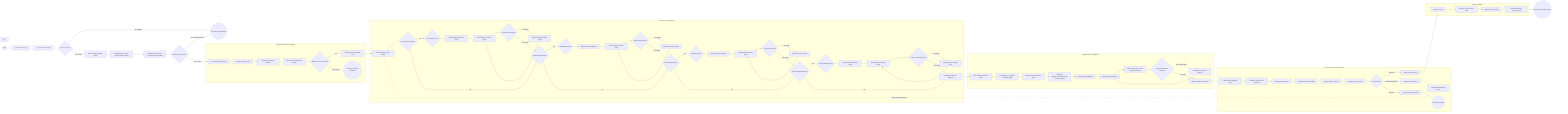
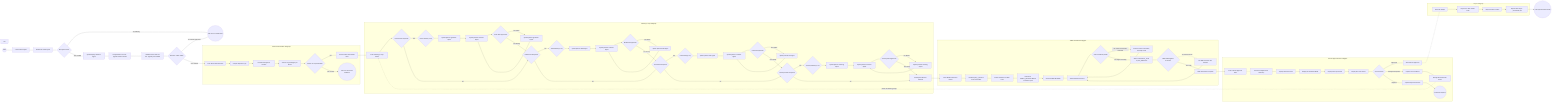
flowchart LR
    %% GOAL: Orchestrate planning agents to create executable plans without execution.
    %% PROFILE: Orchestration-Planning
    %% GUIDELINE: PLANNING ONLY policy - no execution, no exploration loops.
    %% GUIDELINE: User provides all necessary context in their prompt - no discovery phase.
    %% GUIDELINE: modules/AgenticGuidance/assets/definitions/plans.yml - Plan types and folder structure
    %% GUIDELINE: ORCHESTRATION-LOOP-OWNERSHIP
    %% - Orchestrators OWN loop strategy selection (which loop, when to use)
    %% - Planners REQUEST validation needs (e.g., "needs test-fix iteration")
    %% - Planners do NOT dictate specific loop structures in their plans
    %% - Loop definitions: modules/AgenticGuidance/assets/definitions/agent-loops.yml
    %% INPUT_PATH: modules/AgenticGuidance/agents/orchestration/orchestration-planning/inputs.yml
    %%
    %% ENTRYPOINT AWARENESS:
    %% This orchestrator is invoked via entrypoints that signal planning intent:
    %% - _plan_build.yml: Build/implementation planning (prioritize planner-build)
    %% - _plan_teach.yml: Teaching/guidance planning (prioritize planner-guidance)
    %% - _plan_test.yml: Test strategy planning (prioritize planner-test)
    %% The entrypoint intent influences phase determination and planner selection order.
    %%
    %% MMD GENERATION OWNERSHIP:
    %% This orchestrator is the ONLY agent that generates orchestration MMD files.
    %% Individual planners (planner-guidance, planner-build, etc.) create plan YAML only.
    %% HANDOVER MODEL: Planner (YAML) -> Orchestrator (generates MMD) -> Reviewer (validates package)
    %%
    %% OUTPUTS (FENCE: Output must match declared schema before marking complete):
    %% - Plan folder: docs/plans/live/{plan_id}/ with required structure
    %% - README.md: Plan overview and folder structure
    %% - plan_live_*.yml: Phase plan files (build, test, teach, cleanup as needed)
    %% - orchestration_<name>.mmd: Orchestration flowchart for executor (generated by THIS orchestrator)
    %% - Each plan file requires: name, status, phases fields
    %% - MMD schema reference: modules/AgenticGuidance/assets/definitions/plan-mmd-schema.yml
    %% - Plan schema reference: modules/AgenticGuidance/assets/examples/planner/YYMMDDRepo_Branch/plan_example.yml

    Start((Start)) --> LoadInputs[Load Context Inputs]

    %% ========================================
    %% INPUT VALIDATION PHASE
    %% ========================================
    %% Verify all required context is provided in the user prompt.
    %% Unlike orchestration-build, NO exploration phase - user supplies context.
    LoadInputs --> ReviewInputs[Review All Listed Inputs]
    ReviewInputs --> CheckInputs{All Inputs Found?}

    %% If inputs are missing, ask user for clarification (no self-healing search)
    CheckInputs -- "No: Missing" --> AskUser((Ask User for Clarification))

    %% Proceed when context is verified
    CheckInputs -- "Yes: Verified" --> SpawnDeployWorktree[Spawn deploy-worktree Agent]

    %% ========================================
    %% WORKTREE & PLAN FOLDER SETUP
    %% ========================================
    %% CLI OFFLOAD: Use agentic-cli commands for worktree and plan operations
    %% - agentic worktree create: Creates worktree with plan folder
    %% - agentic worktree status: Verifies worktree configuration
    %% - agentic plan validate: Validates plan folder structure
    %% deploy-worktree agent orchestrates CLI commands
    SpawnDeployWorktree --> VerifyWorktree[Verify Worktree via CLI: agentic worktree status]
    VerifyWorktree --> ValidatePlanFolder[Validate Plan Folder via CLI: agentic plan validate]
    ValidatePlanFolder --> WorktreeValid{Worktree & Plan Valid?}
    WorktreeValid -- "No: Failed verification" --> AskUser

    %% ========================================
    %% PHASE DETERMINATION
    %% ========================================
    %% Orchestration-planning agent analyzes objective and determines required phases.
    %% Possible phases: teach, build, test, cleanup
    %% Each phase will get its own plan_live_<phase>.yml file
    WorktreeValid -- "Yes: Verified" --> PhaseDetermination[Enter Phase Determination]

    subgraph PhaseDetermination_SG ["Phase Determination Subgraph"]
        %% Orchestration-planning determines phases based on objective type:
        %% - teach: guidance, process, or documentation improvements
        %% - build: code implementation or feature development
        %% - test: test strategy and validation tasks
        %% - cleanup: code cleanup, audit, or removal tasks
        %% Creates placeholder .yml files for each required phase
        PhaseDetermination --> AnalyzeObjective[Analyze Objective Type]
        AnalyzeObjective --> DeterminePhases[Determine Required Phases]
        DeterminePhases --> SelectLoopStrategies[Select Loop Strategies per Phase]
        SelectLoopStrategies --> PhasesDecided{Phases & Loops Decided?}

        %% List possible phases: teach, build, test, cleanup
        PhasesDecided -- "Yes" --> CreatePlaceholders[Create Phase Placeholder Files]
        PhasesDecided -- "No: Unclear" --> EscalatePhases((Ask User for Phase Guidance))
    end

    %% ========================================
    %% PLANNING LOOPS PHASE
    %% ========================================
    %% LOOP_DEFINITION: modules/AgenticGuidance/assets/definitions/agent-loops.yml#loop_types.planner-loop
    %% MAX_ITERATIONS: 5 (per planner-loop definition)
    %% ESCALATION: If max iterations reached without approval, stop and Ask User
    %%
    %% For each required phase, spawn specialized planner + reviewer loop:
    %% - planner-guidance: Teaching/guidance plans
    %% - planner-build: Build/implementation plans
    %% - planner-test: Test strategy plans
    %% - planner-cleaning: Cleanup/audit plans
    CreatePlaceholders --> PlanningLoops[Enter Planning Loops Phase]

    subgraph PlanningLoops_SG ["Planning Loops Subgraph"]
        %% ----------------------------------------
        %% TEACH PLANNING LOOP (if teach phase required)
        %% ----------------------------------------
        PlanningLoops --> CheckTeach{Teach Phase Required?}
        CheckTeach -- "Yes" --> TeachPlanLoop{Teach Planning Loop}

        TeachPlanLoop --> SpawnPlannerTeach[Spawn planner-guidance Agent]
        SpawnPlannerTeach --> SpawnTeachReviewer[Spawn planner-reviewer Agent]
        SpawnTeachReviewer --> TeachPlanApproved{Teach Plan Approved?}

        %% Iterative refinement for teach plan
        TeachPlanApproved -- "No: Refine" --> SpawnPlannerTeachFix[Spawn planner-guidance Agent]
        SpawnPlannerTeachFix --> SpawnTeachReviewer

        TeachPlanApproved -- "Yes: Ready" --> CheckBuild{Build Phase Required?}
        CheckTeach -- "No" --> CheckBuild

        %% ----------------------------------------
        %% BUILD PLANNING LOOP (if build phase required)
        %% ----------------------------------------
        CheckBuild -- "Yes" --> BuildPlanLoop{Build Planning Loop}

        BuildPlanLoop --> SpawnPlannerBuild[Spawn planner-build Agent]
        SpawnPlannerBuild --> SpawnBuildReviewer[Spawn planner-reviewer Agent]
        SpawnBuildReviewer --> BuildPlanApproved{Build Plan Approved?}

        %% Iterative refinement for build plan
        BuildPlanApproved -- "No: Refine" --> SpawnPlannerBuildFix[Spawn planner-build Agent]
        SpawnPlannerBuildFix --> SpawnBuildReviewer

        BuildPlanApproved -- "Yes: Ready" --> CheckTest{Test Phase Required?}
        CheckBuild -- "No" --> CheckTest

        %% ----------------------------------------
        %% TEST PLANNING LOOP (if test phase required)
        %% ----------------------------------------
        CheckTest -- "Yes" --> TestPlanLoop{Test Planning Loop}

        TestPlanLoop --> SpawnPlannerTest[Spawn planner-test Agent]
        SpawnPlannerTest --> SpawnTestReviewer[Spawn planner-reviewer Agent]
        SpawnTestReviewer --> TestPlanApproved{Test Plan Approved?}

        %% Iterative refinement for test plan
        TestPlanApproved -- "No: Refine" --> SpawnPlannerTestFix[Spawn planner-test Agent]
        SpawnPlannerTestFix --> SpawnTestReviewer

        TestPlanApproved -- "Yes: Ready" --> CheckCleanup{Cleanup Phase Required?}
        CheckTest -- "No" --> CheckCleanup

        %% ----------------------------------------
        %% CLEANUP PLANNING LOOP (if cleanup phase required)
        %% ----------------------------------------
        CheckCleanup -- "Yes" --> CleanupPlanLoop{Cleanup Planning Loop}

        CleanupPlanLoop --> SpawnPlannerCleanup[Spawn planner-cleaning Agent]
        SpawnPlannerCleanup --> SpawnCleanupReviewer[Spawn planner-reviewer Agent]
        SpawnCleanupReviewer --> CleanupPlanApproved{Cleanup Plan Approved?}

        %% Iterative refinement for cleanup plan
        CleanupPlanApproved -- "No: Refine" --> SpawnPlannerCleanupFix[Spawn planner-cleaning Agent]
        SpawnPlannerCleanupFix --> SpawnCleanupReviewer

        CleanupPlanApproved -- "Yes: Ready" --> AllPhasesPlanned[All Required Phases Planned]
        CheckCleanup -- "No" --> AllPhasesPlanned
    end

    %% ========================================
    %% MMD GENERATION PHASE
    %% ========================================
    %% After all phase plans are complete, generate orchestration MMD for executor.
    %% The MMD defines agent routing, feedback triggers, and execution flow.
    %%
    %% SCHEMA REFERENCE: modules/AgenticGuidance/assets/definitions/plan-mmd-schema.yml
    %% COMPONENT EXAMPLES: modules/AgenticGuidance/assets/examples/orchestration/phase_templates/
    %% OUTPUT LOCATION: <plan_folder>/live/orchestration_<name>.mmd
    %%
    AllPhasesPlanned --> GenerateMMD[Enter MMD Generation Phase]

    subgraph MMDGeneration_SG ["MMD Generation Subgraph"]
        %% FENCE: MMD-NODE-GRANULARITY
        %% Generated MMD nodes MUST be high-level (phases, loops, agent spawns).
        %% Task-level nodes (e.g., build_001, test_002) are FORBIDDEN in orchestration MMDs.
        %% If task-level nodes detected in generated MMD, STOP and regenerate.
        %% Correct: "SpawnPlannerBuild", "TestFixLoop", "BuildPhase"
        %% Incorrect: "build_001", "Implement authentication feature", specific file operations

        %% Step 1: Read all plan_*.yml files from plan folder
        GenerateMMD --> ReadPlanFiles[Read All plan_*.yml Files from Plan Folder]
        ReadPlanFiles --> ExtractPhases[Extract Phases from Plan Files]

        %% Step 2: Determine agent routing based on phase types
        %% AGENT_ROUTING mapping:
        %% - teach phases -> teacher agents (teacher-update-guidance)
        %% - build phases -> builder agents (build-python, build-flutter)
        %% - test phases -> tester agents (test-runner)
        %% - cleanup phases -> builder agents (cleanup tasks use builders)
        ExtractPhases --> DetermineRouting[Determine AGENT_ROUTING Based on Phase Types]

        %% Step 3: Generate MMD metadata block
        DetermineRouting --> GenerateMetadata[Generate MMD Metadata]
        %% Required MMD Metadata (per plan-mmd-schema.yml):
        %% - PHASES: List of all phases extracted from plan files
        %% - AGENT_ROUTING: Phase -> agent type mapping (teach->teacher, build->builder, test->tester, cleanup->builder)
        %% - FEEDBACK_TRIGGERS: Failure handling paths (TEST_FAILURE, BUILD_FAILURE, etc.)
        %% - STATUS: Initial pending state for all phases (Phase=pending format)

        %% Step 4: Build flowchart structure
        GenerateMetadata --> BuildFlowchart[Build Flowchart Structure]
        %% Flowchart structure requirements:
        %% - Start node and input validation phase
        %% - Phase execution nodes for each plan phase
        %% - Test/fix loops per agent-loops.yml definitions
        %% - Feedback paths for re-planning (dashed lines)
        %% - Success/escalation endpoints
        %% - Proper subgraph encapsulation per schema

-         %% Step 5: Write MMD to output location
-         BuildFlowchart --> WriteMMD[Write orchestration_<name>.mmd to plan_folder/live/]
+         %% Step 5: Validate Node Granularity (MANDATORY)
+         %% FENCE: ValidateNodeGranularity MUST check that NO task-level nodes exist.
+         %% Pattern check: Nodes matching "deploy_\d+", "build_\d+", "test_\d+" are FORBIDDEN.
+         %% Pattern check: Nodes with "[Execute: ...]" labels are FORBIDDEN.
+         %% Correct pattern: "[Spawn X Agent]", "[Enter X Phase]", "{X Loop}"
+         BuildFlowchart --> ValidateNodeGranularity{Node Granularity Valid?}
+         ValidateNodeGranularity -- "No: Task-Level Nodes Detected" --> FixNodes[Remove Task-Level Nodes, Use High-Level]
+         FixNodes --> BuildFlowchart
+         ValidateNodeGranularity -- "Yes: High-Level Only" --> WriteMMD
+ 
+         %% Step 6: Write MMD to output location
+         WriteMMD[Write orchestration_<name>.mmd to plan_folder/live/]
        %% Output: <plan_folder>/live/orchestration_<name>.mmd
        %% where <name> is derived from plan folder name

-         %% Step 6: Validate MMD against schema before proceeding
+         %% Step 7: Validate MMD against schema before proceeding
        WriteMMD --> ValidateMMD{MMD Valid Against Schema?}
        ValidateMMD -- "No: Schema Error" --> FixMMD[Fix MMD Structure Per Schema]
        FixMMD --> BuildFlowchart
        ValidateMMD -- "Yes: Valid" --> MMDReady[MMD Generation Complete]
    end

    MMDReady --> HumanApproval[Enter Human Approval Gate]

    %% ========================================
    %% HUMAN APPROVAL GATE
    %% ========================================
    %% Present complete plan AND orchestration MMD to user for final approval.
    %% User can: approve, request changes, or reject.
    %% This is the critical gate before plan is marked ready for execution.

    subgraph HumanApproval_SG ["Human Approval Gate Subgraph"]
        HumanApproval --> PresentPlan[Present Complete Plan Summary]
        PresentPlan --> ShowPhases[Display All Phase Plans]
        ShowPhases --> ShowMMD[Display Orchestration MMD]
        ShowMMD --> ShowTasks[Display Tasks per Phase]
        ShowTasks --> ShowCriteria[Display Success Criteria]
        ShowCriteria --> UserDecision{User Decision?}

        %% User approves - proceed to output
        UserDecision -- "Approved" --> MarkApproved[Mark Plan as Approved]

        %% User requests changes - return to planning loops with feedback
        UserDecision -- "Changes Requested" --> CaptureChanges[Capture User Feedback]
        CaptureChanges --> IdentifyAffectedPhases[Identify Affected Phase Plans]
        IdentifyAffectedPhases -.->|Return to Planning Loops| PlanningLoops

        %% User rejects - terminate with explanation
        UserDecision -- "Rejected" --> CaptureRejection[Capture Rejection Reason]
        CaptureRejection --> RejectEnd((End: Plan Rejected))
    end

    %% ========================================
    %% OUTPUT PHASE
    %% ========================================
    %% Output the approved plan folder path.
    %% Plan is ready for _orchestrate.yml entrypoints.
    MarkApproved --> OutputPhase[Generate Output]

    subgraph Output_SG ["Output Subgraph"]
        OutputPhase --> ReportPlanLocation[Report Live Plan Folder Path]
        ReportPlanLocation --> ReportPhases[Report Phases Created]
        ReportPhases --> ReportNextSteps[Report Next Steps: _orchestrate.yml]
    end

    ReportNextSteps --> End((End: Approved Plan Ready))

    %% ========================================
    %% STYLING
    %% ========================================
-     %% Dotted lines for feedback loops (return paths from Human Approval and MMD fix)
+     %% Dotted lines for feedback loops (return paths from Human Approval and MMD/node fixes)
    %% These represent plan refinement cycles based on user feedback
-     %% Edge index 58 is: FixMMD --> BuildFlowchart (MMD fix loop)
-     %% Edge index 70 is: IdentifyAffectedPhases -.-> PlanningLoops (human feedback loop)
+     %% Feedback loops in this MMD:
+     %% - FixNodes --> BuildFlowchart (node granularity fix loop)
+     %% - FixMMD --> BuildFlowchart (MMD schema fix loop)
+     %% - IdentifyAffectedPhases -.-> PlanningLoops (human feedback loop)
    classDef dashedstroke stroke-dasharray: 5 5;
-     linkStyle 58,70 stroke:#888,stroke-width:2px,stroke-dasharray: 5 5;
+     linkStyle 61,65,77 stroke:#888,stroke-width:2px,stroke-dasharray: 5 5;
